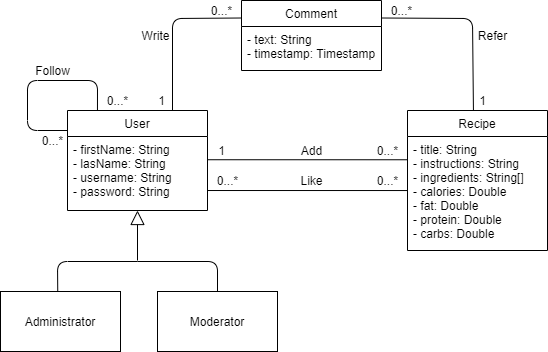
The draw.io diagram Documents/img/AnalysisClassDiagram.png in fraie98/JustRecipe, before a commit. Source tidied: cells renumbered, new cells last; positions are measured from the earlier drawing's top-left corner, leaving out a move shared by most shapes. Its diagram source:
```xml
<mxGraphModel>
  <root>
    <mxCell id="0" />
    <mxCell id="1" parent="0" />
    <mxCell id="2" value="Administrator" style="rounded=0;whiteSpace=wrap;html=1;" parent="1" vertex="1">
      <mxGeometry y="291" width="120" height="60" as="geometry" />
    </mxCell>
    <mxCell id="3" value="User" style="swimlane;fontStyle=0;horizontal=1;startSize=26;fillColor=none;" parent="1" vertex="1">
      <mxGeometry x="67" y="110" width="140" height="100" as="geometry" />
    </mxCell>
    <mxCell id="4" value="- firstName: String&#10;- lasName: String&#10;- username: String&#10;- password: String " style="text;strokeColor=none;fillColor=none;align=left;verticalAlign=top;spacingLeft=4;spacingRight=4;overflow=hidden;points=[[0,0.5],[1,0.5]];portConstraint=eastwest;" parent="3" vertex="1">
      <mxGeometry y="26" width="140" height="74" as="geometry" />
    </mxCell>
    <mxCell id="5" value="Recipe" style="swimlane;fontStyle=0;horizontal=1;startSize=26;fillColor=none;" parent="1" vertex="1">
      <mxGeometry x="407" y="110" width="140" height="140" as="geometry" />
    </mxCell>
    <mxCell id="6" value="- title: String&#10;- instructions: String&#10;- ingredients: String[]&#10;- calories: Double&#10;- fat: Double&#10;- protein: Double&#10;- carbs: Double" style="text;strokeColor=none;fillColor=none;align=left;verticalAlign=top;spacingLeft=4;spacingRight=4;overflow=hidden;points=[[0,0.5],[1,0.5]];portConstraint=eastwest;" parent="5" vertex="1">
      <mxGeometry y="26" width="140" height="114" as="geometry" />
    </mxCell>
    <mxCell id="7" value="Comment" style="swimlane;fontStyle=0;horizontal=1;startSize=26;fillColor=none;" parent="1" vertex="1">
      <mxGeometry x="241" width="140" height="70" as="geometry" />
    </mxCell>
    <mxCell id="8" value="- text: String&#10;- timestamp: Timestamp" style="text;strokeColor=none;fillColor=none;align=left;verticalAlign=top;spacingLeft=4;spacingRight=4;overflow=hidden;" parent="7" vertex="1">
      <mxGeometry y="26" width="140" height="44" as="geometry" />
    </mxCell>
    <mxCell id="9" style="edgeStyle=none;html=1;endSize=12;endArrow=block;endFill=0;entryX=0.5;entryY=1;entryDx=0;entryDy=0;" parent="1" edge="1" target="3">
      <mxGeometry relative="1" as="geometry">
        <mxPoint x="137" y="260" as="sourcePoint" />
      </mxGeometry>
    </mxCell>
    <mxCell id="10" value="Moderator" style="rounded=0;whiteSpace=wrap;html=1;" parent="1" vertex="1">
      <mxGeometry x="157" y="291" width="120" height="60" as="geometry" />
    </mxCell>
    <mxCell id="11" style="endArrow=none;html=1;exitX=0.477;exitY=-0.01;exitDx=0;exitDy=0;exitPerimeter=0;" parent="1" edge="1" source="2">
      <mxGeometry relative="1" as="geometry">
        <mxPoint x="137" y="261" as="targetPoint" />
        <Array as="points">
          <mxPoint x="57" y="261" />
        </Array>
      </mxGeometry>
    </mxCell>
    <mxCell id="12" style="endArrow=none;html=1;exitX=0.5;exitY=0;exitDx=0;exitDy=0;" parent="1" edge="1" source="10">
      <mxGeometry relative="1" as="geometry">
        <mxPoint x="137" y="261" as="targetPoint" />
        <Array as="points">
          <mxPoint x="217" y="261" />
        </Array>
      </mxGeometry>
    </mxCell>
    <mxCell id="13" style="endArrow=none;html=1;exitX=0.998;exitY=0.314;exitDx=0;exitDy=0;exitPerimeter=0;entryX=0;entryY=0.204;entryDx=0;entryDy=0;entryPerimeter=0;" parent="1" edge="1" source="4" target="6">
      <mxGeometry relative="1" as="geometry" />
    </mxCell>
    <mxCell id="14" value="Add" style="text;html=1;align=center;verticalAlign=middle;" parent="1" vertex="1">
      <mxGeometry x="291" y="140" width="40" height="20" as="geometry" />
    </mxCell>
    <mxCell id="15" value="1" style="text;html=1;align=center;verticalAlign=middle;" parent="1" vertex="1">
      <mxGeometry x="211" y="140" width="20" height="20" as="geometry" />
    </mxCell>
    <mxCell id="16" value="0...*" style="text;html=1;align=center;verticalAlign=middle;" parent="1" vertex="1">
      <mxGeometry x="367" y="140" width="40" height="20" as="geometry" />
    </mxCell>
    <mxCell id="17" value="Follow" style="text;html=1;align=center;verticalAlign=middle;" parent="1" vertex="1">
      <mxGeometry x="27" y="60" width="50" height="20" as="geometry" />
    </mxCell>
    <mxCell id="18" style="endArrow=none;html=1;entryX=0.214;entryY=0;entryDx=0;entryDy=0;entryPerimeter=0;exitX=0;exitY=0.2;exitDx=0;exitDy=0;exitPerimeter=0;" parent="1" edge="1" source="3" target="3">
      <mxGeometry relative="1" as="geometry">
        <Array as="points">
          <mxPoint x="27" y="130" />
          <mxPoint x="27" y="80" />
          <mxPoint x="97" y="80" />
        </Array>
      </mxGeometry>
    </mxCell>
    <mxCell id="19" value="0...*" style="text;html=1;align=center;verticalAlign=middle;" parent="1" vertex="1">
      <mxGeometry x="97" y="90" width="40" height="20" as="geometry" />
    </mxCell>
    <mxCell id="20" value="0...*" style="text;html=1;align=center;verticalAlign=middle;points=[];" parent="1" vertex="1">
      <mxGeometry x="32" y="130" width="40" height="20" as="geometry" />
    </mxCell>
    <mxCell id="21" style="endArrow=none;html=1;exitX=0.75;exitY=0;exitDx=0;exitDy=0;entryX=0;entryY=0.25;entryDx=0;entryDy=0;" parent="1" edge="1" source="3" target="7">
      <mxGeometry relative="1" as="geometry">
        <Array as="points">
          <mxPoint x="172" y="18" />
        </Array>
      </mxGeometry>
    </mxCell>
    <mxCell id="22" value="Write" style="text;html=1;align=center;verticalAlign=middle;" parent="1" vertex="1">
      <mxGeometry x="135" y="25" width="40" height="20" as="geometry" />
    </mxCell>
    <mxCell id="23" value="1" style="text;html=1;align=center;verticalAlign=middle;" parent="1" vertex="1">
      <mxGeometry x="151" y="90" width="20" height="20" as="geometry" />
    </mxCell>
    <mxCell id="24" value="0...*" style="text;html=1;align=center;verticalAlign=middle;" parent="1" vertex="1">
      <mxGeometry x="201" width="40" height="20" as="geometry" />
    </mxCell>
    <mxCell id="25" style="endArrow=none;html=1;entryX=1;entryY=0.25;entryDx=0;entryDy=0;exitX=0.471;exitY=0.003;exitDx=0;exitDy=0;exitPerimeter=0;" parent="1" edge="1" source="5" target="7">
      <mxGeometry relative="1" as="geometry">
        <Array as="points">
          <mxPoint x="472" y="18" />
        </Array>
      </mxGeometry>
    </mxCell>
    <mxCell id="26" value="Refer" style="text;html=1;align=center;verticalAlign=middle;" parent="1" vertex="1">
      <mxGeometry x="472" y="25" width="40" height="20" as="geometry" />
    </mxCell>
    <mxCell id="27" value="1" style="text;html=1;align=center;verticalAlign=middle;" parent="1" vertex="1">
      <mxGeometry x="472" y="90" width="20" height="20" as="geometry" />
    </mxCell>
    <mxCell id="28" value="0...*" style="text;html=1;align=center;verticalAlign=middle;" parent="1" vertex="1">
      <mxGeometry x="381" width="40" height="20" as="geometry" />
    </mxCell>
    <mxCell id="29" style="endArrow=none;html=1;exitX=1;exitY=0.73;exitDx=0;exitDy=0;exitPerimeter=0;entryX=0;entryY=0.474;entryDx=0;entryDy=0;entryPerimeter=0;" parent="1" edge="1" source="4" target="6">
      <mxGeometry relative="1" as="geometry" />
    </mxCell>
    <mxCell id="30" value="Like" style="text;html=1;align=center;verticalAlign=middle;" parent="1" vertex="1">
      <mxGeometry x="291" y="170" width="40" height="20" as="geometry" />
    </mxCell>
    <mxCell id="31" value="0...*" style="text;html=1;align=center;verticalAlign=middle;" parent="1" vertex="1">
      <mxGeometry x="207" y="170" width="40" height="20" as="geometry" />
    </mxCell>
    <mxCell id="32" value="0...*" style="text;html=1;align=center;verticalAlign=middle;points=[];" parent="1" vertex="1">
      <mxGeometry x="367" y="170" width="40" height="20" as="geometry" />
    </mxCell>
  </root>
</mxGraphModel>
```
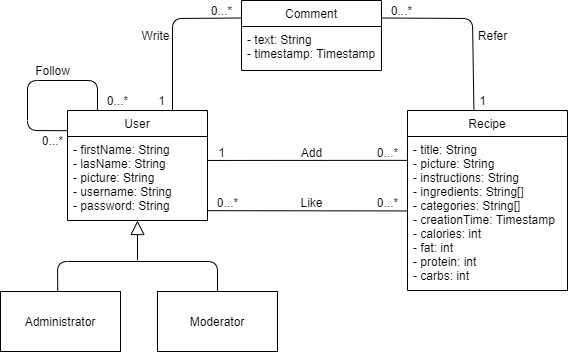
After the change.

Diff of the diagram source:
```diff
@@ -6,16 +6,16 @@
       <mxGeometry y="291" width="120" height="60" as="geometry" />
     </mxCell>
     <mxCell id="3" value="User" style="swimlane;fontStyle=0;horizontal=1;startSize=26;fillColor=none;" parent="1" vertex="1">
-      <mxGeometry x="67" y="110" width="140" height="100" as="geometry" />
+      <mxGeometry x="67" y="110" width="140" height="110" as="geometry" />
     </mxCell>
-    <mxCell id="4" value="- firstName: String&#10;- lasName: String&#10;- username: String&#10;- password: String " style="text;strokeColor=none;fillColor=none;align=left;verticalAlign=top;spacingLeft=4;spacingRight=4;overflow=hidden;points=[[0,0.5],[1,0.5]];portConstraint=eastwest;" parent="3" vertex="1">
-      <mxGeometry y="26" width="140" height="74" as="geometry" />
+    <mxCell id="4" value="- firstName: String&#10;- lasName: String&#10;- picture: String&#10;- username: String&#10;- password: String " style="text;strokeColor=none;fillColor=none;align=left;verticalAlign=top;spacingLeft=4;spacingRight=4;overflow=hidden;points=[[0,0.5],[1,0.5]];portConstraint=eastwest;" parent="3" vertex="1">
+      <mxGeometry y="26" width="140" height="84" as="geometry" />
     </mxCell>
     <mxCell id="5" value="Recipe" style="swimlane;fontStyle=0;horizontal=1;startSize=26;fillColor=none;" parent="1" vertex="1">
-      <mxGeometry x="407" y="110" width="140" height="140" as="geometry" />
+      <mxGeometry x="407" y="110" width="160" height="180" as="geometry" />
     </mxCell>
-    <mxCell id="6" value="- title: String&#10;- instructions: String&#10;- ingredients: String[]&#10;- calories: Double&#10;- fat: Double&#10;- protein: Double&#10;- carbs: Double" style="text;strokeColor=none;fillColor=none;align=left;verticalAlign=top;spacingLeft=4;spacingRight=4;overflow=hidden;points=[[0,0.5],[1,0.5]];portConstraint=eastwest;" parent="5" vertex="1">
-      <mxGeometry y="26" width="140" height="114" as="geometry" />
+    <mxCell id="6" value="- title: String&#10;- picture: String&#10;- instructions: String&#10;- ingredients: String[]&#10;- categories: String[]&#10;- creationTime: Timestamp&#10;- calories: int&#10;- fat: int&#10;- protein: int&#10;- carbs: int" style="text;strokeColor=none;fillColor=none;align=left;verticalAlign=top;spacingLeft=4;spacingRight=4;overflow=hidden;points=[[0,0.5],[1,0.5]];portConstraint=eastwest;" parent="5" vertex="1">
+      <mxGeometry y="26" width="160" height="154" as="geometry" />
     </mxCell>
     <mxCell id="7" value="Comment" style="swimlane;fontStyle=0;horizontal=1;startSize=26;fillColor=none;" parent="1" vertex="1">
       <mxGeometry x="241" width="140" height="70" as="geometry" />
@@ -47,22 +47,22 @@
         </Array>
       </mxGeometry>
     </mxCell>
-    <mxCell id="13" style="endArrow=none;html=1;exitX=0.998;exitY=0.314;exitDx=0;exitDy=0;exitPerimeter=0;entryX=0;entryY=0.204;entryDx=0;entryDy=0;entryPerimeter=0;" parent="1" edge="1" source="4" target="6">
+    <mxCell id="13" style="endArrow=none;html=1;exitX=1.002;exitY=0.285;exitDx=0;exitDy=0;exitPerimeter=0;entryX=0;entryY=0.155;entryDx=0;entryDy=0;entryPerimeter=0;" parent="1" edge="1" source="4" target="6">
       <mxGeometry relative="1" as="geometry" />
     </mxCell>
     <mxCell id="14" value="Add" style="text;html=1;align=center;verticalAlign=middle;" parent="1" vertex="1">
-      <mxGeometry x="291" y="140" width="40" height="20" as="geometry" />
+      <mxGeometry x="291" y="142" width="40" height="20" as="geometry" />
     </mxCell>
     <mxCell id="15" value="1" style="text;html=1;align=center;verticalAlign=middle;" parent="1" vertex="1">
-      <mxGeometry x="211" y="140" width="20" height="20" as="geometry" />
+      <mxGeometry x="211" y="142" width="20" height="20" as="geometry" />
     </mxCell>
     <mxCell id="16" value="0...*" style="text;html=1;align=center;verticalAlign=middle;" parent="1" vertex="1">
-      <mxGeometry x="367" y="140" width="40" height="20" as="geometry" />
+      <mxGeometry x="367" y="142" width="40" height="20" as="geometry" />
     </mxCell>
     <mxCell id="17" value="Follow" style="text;html=1;align=center;verticalAlign=middle;" parent="1" vertex="1">
       <mxGeometry x="27" y="60" width="50" height="20" as="geometry" />
     </mxCell>
-    <mxCell id="18" style="endArrow=none;html=1;entryX=0.214;entryY=0;entryDx=0;entryDy=0;entryPerimeter=0;exitX=0;exitY=0.2;exitDx=0;exitDy=0;exitPerimeter=0;" parent="1" edge="1" source="3" target="3">
+    <mxCell id="18" style="endArrow=none;html=1;entryX=0.214;entryY=0;entryDx=0;entryDy=0;entryPerimeter=0;exitX=0.867;exitY=0.01;exitDx=0;exitDy=0;exitPerimeter=0;" parent="1" edge="1" source="20" target="3">
       <mxGeometry relative="1" as="geometry">
         <Array as="points">
           <mxPoint x="27" y="130" />
@@ -93,7 +93,7 @@
     <mxCell id="24" value="0...*" style="text;html=1;align=center;verticalAlign=middle;" parent="1" vertex="1">
       <mxGeometry x="201" width="40" height="20" as="geometry" />
     </mxCell>
-    <mxCell id="25" style="endArrow=none;html=1;entryX=1;entryY=0.25;entryDx=0;entryDy=0;exitX=0.471;exitY=0.003;exitDx=0;exitDy=0;exitPerimeter=0;" parent="1" edge="1" source="5" target="7">
+    <mxCell id="25" style="endArrow=none;html=1;entryX=1;entryY=0.25;entryDx=0;entryDy=0;exitX=0.415;exitY=-0.006;exitDx=0;exitDy=0;exitPerimeter=0;" parent="1" edge="1" source="5" target="7">
       <mxGeometry relative="1" as="geometry">
         <Array as="points">
           <mxPoint x="472" y="18" />
@@ -109,17 +109,17 @@
     <mxCell id="28" value="0...*" style="text;html=1;align=center;verticalAlign=middle;" parent="1" vertex="1">
       <mxGeometry x="381" width="40" height="20" as="geometry" />
     </mxCell>
-    <mxCell id="29" style="endArrow=none;html=1;exitX=1;exitY=0.73;exitDx=0;exitDy=0;exitPerimeter=0;entryX=0;entryY=0.474;entryDx=0;entryDy=0;entryPerimeter=0;" parent="1" edge="1" source="4" target="6">
+    <mxCell id="29" style="endArrow=none;html=1;entryX=1.002;entryY=0.922;entryDx=0;entryDy=0;entryPerimeter=0;exitX=0.996;exitY=0.883;exitDx=0;exitDy=0;exitPerimeter=0;" parent="1" edge="1" source="4" target="32">
       <mxGeometry relative="1" as="geometry" />
     </mxCell>
     <mxCell id="30" value="Like" style="text;html=1;align=center;verticalAlign=middle;" parent="1" vertex="1">
-      <mxGeometry x="291" y="170" width="40" height="20" as="geometry" />
+      <mxGeometry x="291" y="192" width="40" height="20" as="geometry" />
     </mxCell>
     <mxCell id="31" value="0...*" style="text;html=1;align=center;verticalAlign=middle;" parent="1" vertex="1">
-      <mxGeometry x="207" y="170" width="40" height="20" as="geometry" />
+      <mxGeometry x="207" y="192" width="40" height="20" as="geometry" />
     </mxCell>
     <mxCell id="32" value="0...*" style="text;html=1;align=center;verticalAlign=middle;points=[];" parent="1" vertex="1">
-      <mxGeometry x="367" y="170" width="40" height="20" as="geometry" />
+      <mxGeometry x="367" y="192" width="40" height="20" as="geometry" />
     </mxCell>
   </root>
 </mxGraphModel>
```
